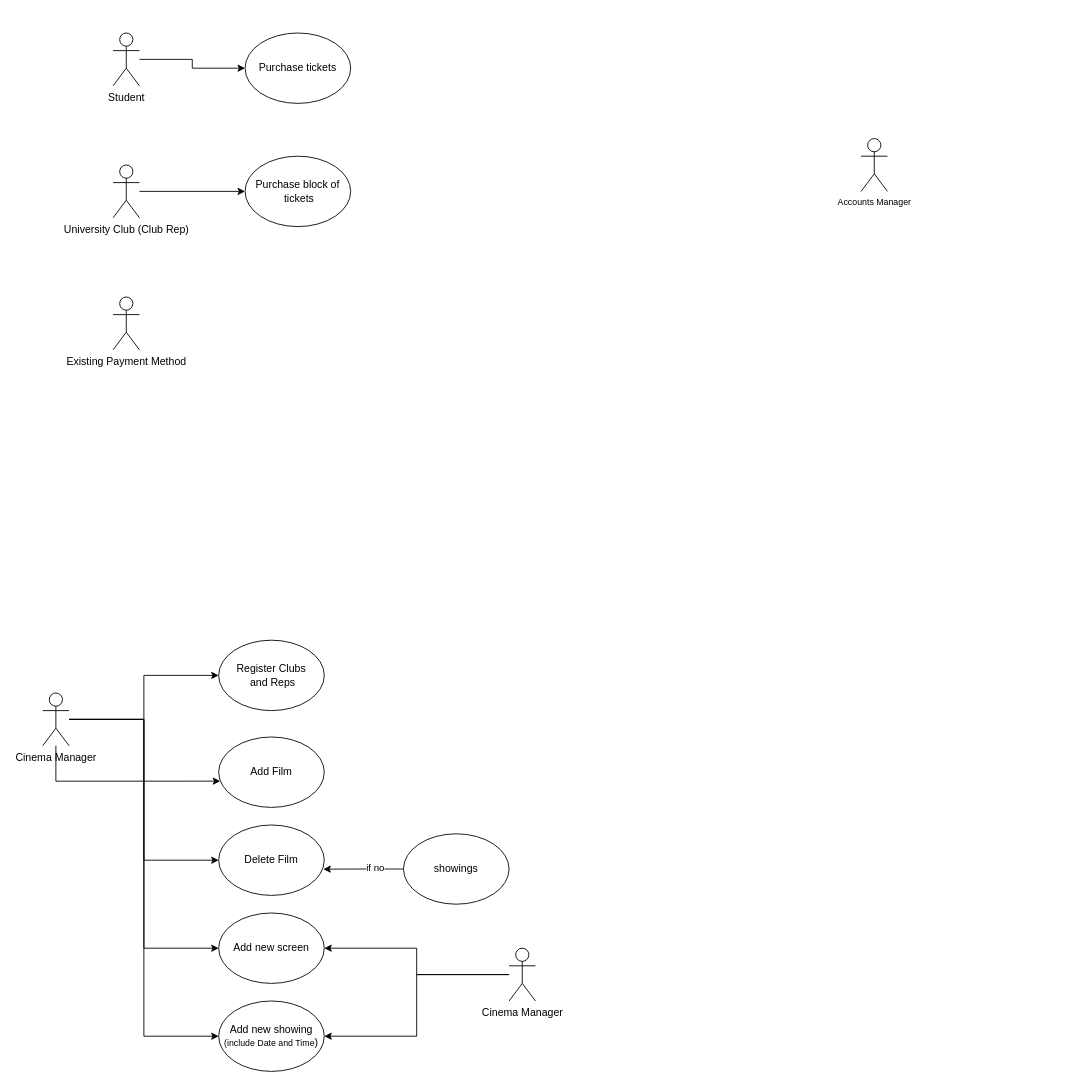
This is diagrams/uwe-flix-useCase.drawio from je-vargas/django--uwe--flix--es--13, a draw.io file, before an edit. Source tidied: cells renumbered, new cells numbered last; positions are measured from the earlier drawing's top-left corner, leaving out a move shared by most shapes. Both pictures are drawn from the tidied source at 88%, with x=0, y=0 at pixel (42, 33).
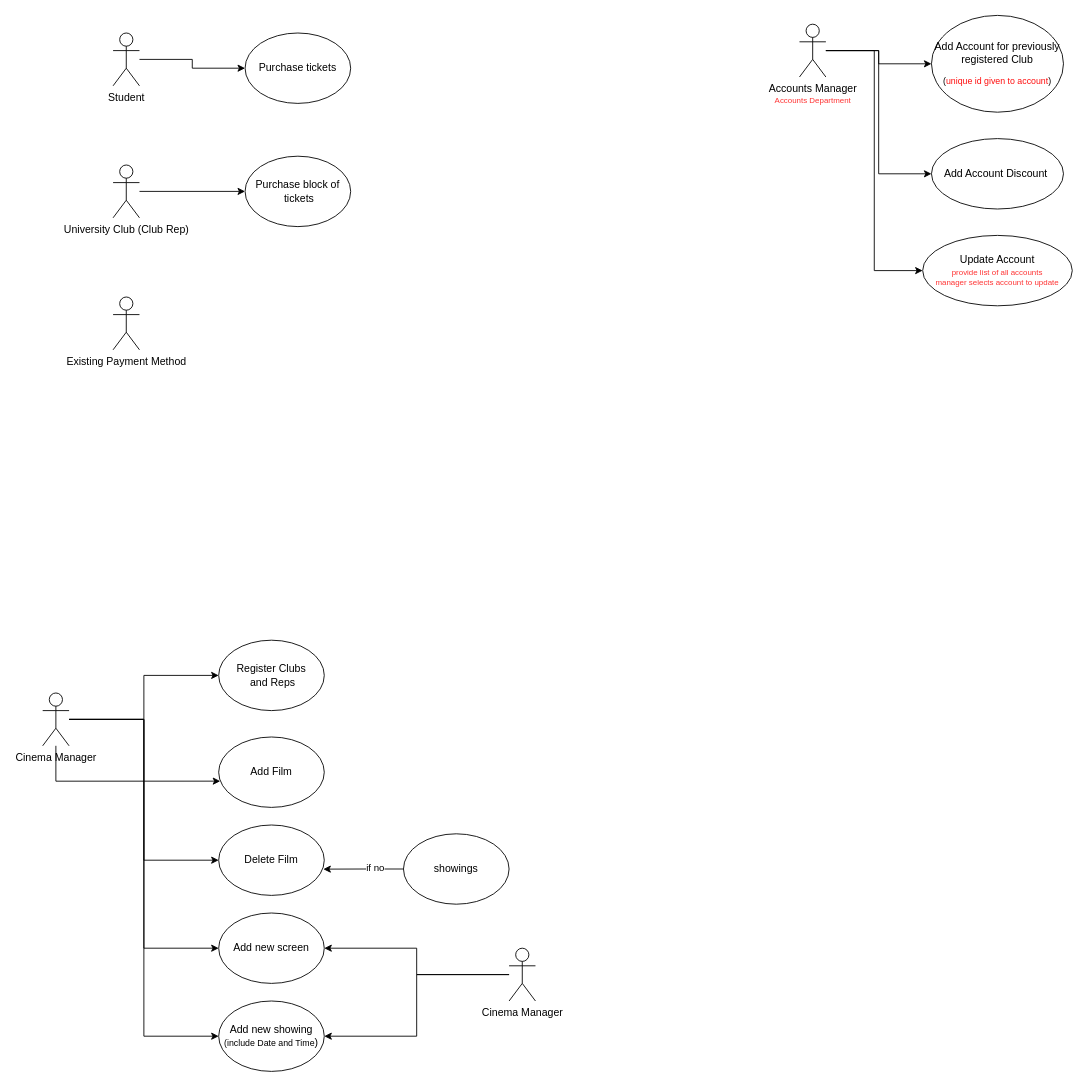
Above is the later version.

The edit, as a diff of the source:
```diff
@@
+    <mxCell id="27" style="edgeStyle=orthogonalEdgeStyle;rounded=0;jettySize=auto;html=1;fontSize=10;" parent="1" edge="1" source="26" target="30">
+      <mxGeometry relative="1" as="geometry" />
+    </mxCell>
+    <mxCell id="28" style="edgeStyle=orthogonalEdgeStyle;rounded=0;jettySize=auto;html=1;entryX=0;entryY=0.5;entryDx=0;entryDy=0;fontSize=10;" parent="1" edge="1" source="26" target="31">
+      <mxGeometry relative="1" as="geometry" />
+    </mxCell>
+    <mxCell id="29" style="edgeStyle=orthogonalEdgeStyle;rounded=0;jettySize=auto;html=1;entryX=0;entryY=0.5;entryDx=0;entryDy=0;fontSize=10;fontColor=#FF0D0D;" parent="1" edge="1" source="26" target="32">
+      <mxGeometry relative="1" as="geometry" />
+    </mxCell>
-    <mxCell id="26" value="Accounts Manager" style="shape=umlActor;verticalLabelPosition=bottom;verticalAlign=top;html=1;outlineConnect=0;fontSize=10;" parent="1" vertex="1">
-      <mxGeometry x="930" y="120" width="30" height="60" as="geometry" />
+    <mxCell id="26" value="&lt;font style=&quot;font-size: 12px&quot;&gt;Accounts Manager&lt;br&gt;&lt;/font&gt;&lt;font style=&quot;font-size: 9px&quot; color=&quot;#ff3333&quot;&gt;Accounts Department&lt;/font&gt;" style="shape=umlActor;verticalLabelPosition=bottom;verticalAlign=top;html=1;outlineConnect=0;fontSize=10;" parent="1" vertex="1">
+      <mxGeometry x="860" y="-10" width="30" height="60" as="geometry" />
     </mxCell>
+    <mxCell id="30" value="&lt;font style=&quot;font-size: 12px&quot;&gt;Add Account for previously registered Club&lt;br&gt;&lt;/font&gt;&lt;br&gt;(&lt;font color=&quot;#ff0d0d&quot;&gt;unique id given to account&lt;/font&gt;)" style="ellipse;whiteSpace=wrap;html=1;fontSize=10;" parent="1" vertex="1">
+      <mxGeometry x="1010" y="-20" width="150" height="110" as="geometry" />
+    </mxCell>
+    <mxCell id="31" value="&lt;font style=&quot;font-size: 12px&quot;&gt;Add Account Discount&amp;nbsp;&lt;/font&gt;" style="ellipse;whiteSpace=wrap;html=1;fontSize=10;" parent="1" vertex="1">
+      <mxGeometry x="1010" y="120" width="150" height="80" as="geometry" />
+    </mxCell>
+    <mxCell id="32" value="&lt;font style=&quot;font-size: 12px&quot;&gt;Update Account&lt;br&gt;&lt;/font&gt;&lt;font color=&quot;#ff3333&quot; style=&quot;font-size: 9px&quot;&gt;provide list of all accounts&lt;br&gt;manager selects account to update&lt;/font&gt;" style="ellipse;whiteSpace=wrap;html=1;fontSize=10;" parent="1" vertex="1">
+      <mxGeometry x="1000" y="230" width="170" height="80" as="geometry" />
+    </mxCell>
```
